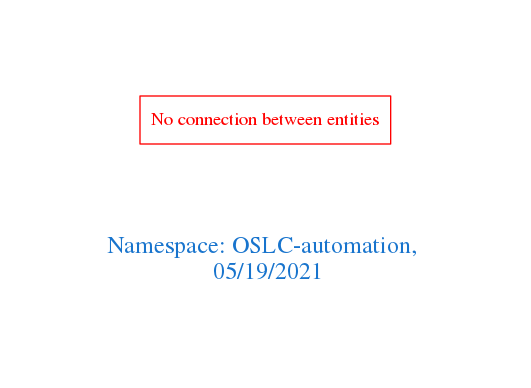
Earlier version of the Graphviz export downloads/OSLC-automation.png (arago/OGIT). Its source is kept beside it as downloads/OSLC-automation.dot.
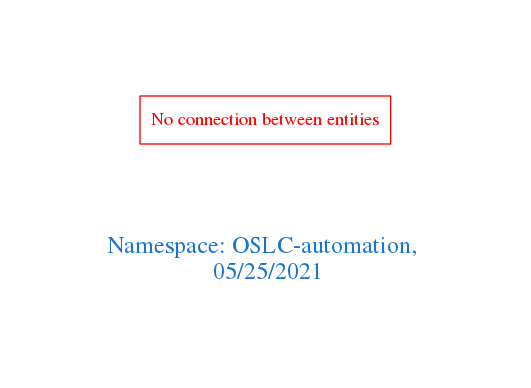
Later version of the same file.

Change to the diagram source:
```diff
@@ -1,7 +1,7 @@
 digraph OGIT_ontology {
  graph [ rankdir= LR,pad=1
 fontsize = 18,
-fontcolor= dodgerblue3,label = "\n\n\nNamespace: OSLC-automation, \n 05/19/2021"];
+fontcolor= dodgerblue3,label = "\n\n\nNamespace: OSLC-automation, \n 05/25/2021"];
 node[shape=polygon];
 edge [  color="gray81"];
 
```
